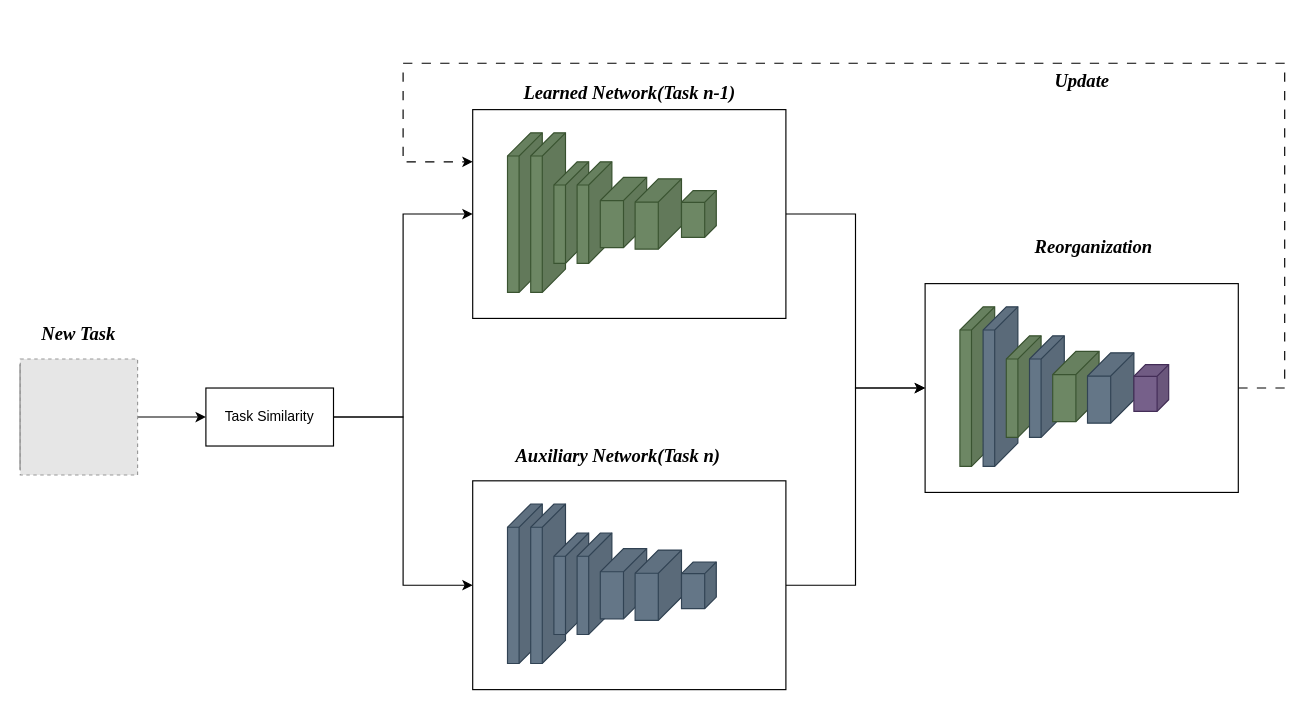
Earlier version of the draw.io diagram Auxiliary branch.drawio (ZLey373/ImagesXMind). Source tidied: cells renumbered, new cells numbered last; positions are measured from the earlier drawing's top-left corner, leaving out a move shared by most shapes. Both pictures are drawn from the tidied source at 116%, with x=0, y=0 at pixel (20, 63). Pictures stored in the file or linked from it are replaced by grey dashed boxes.
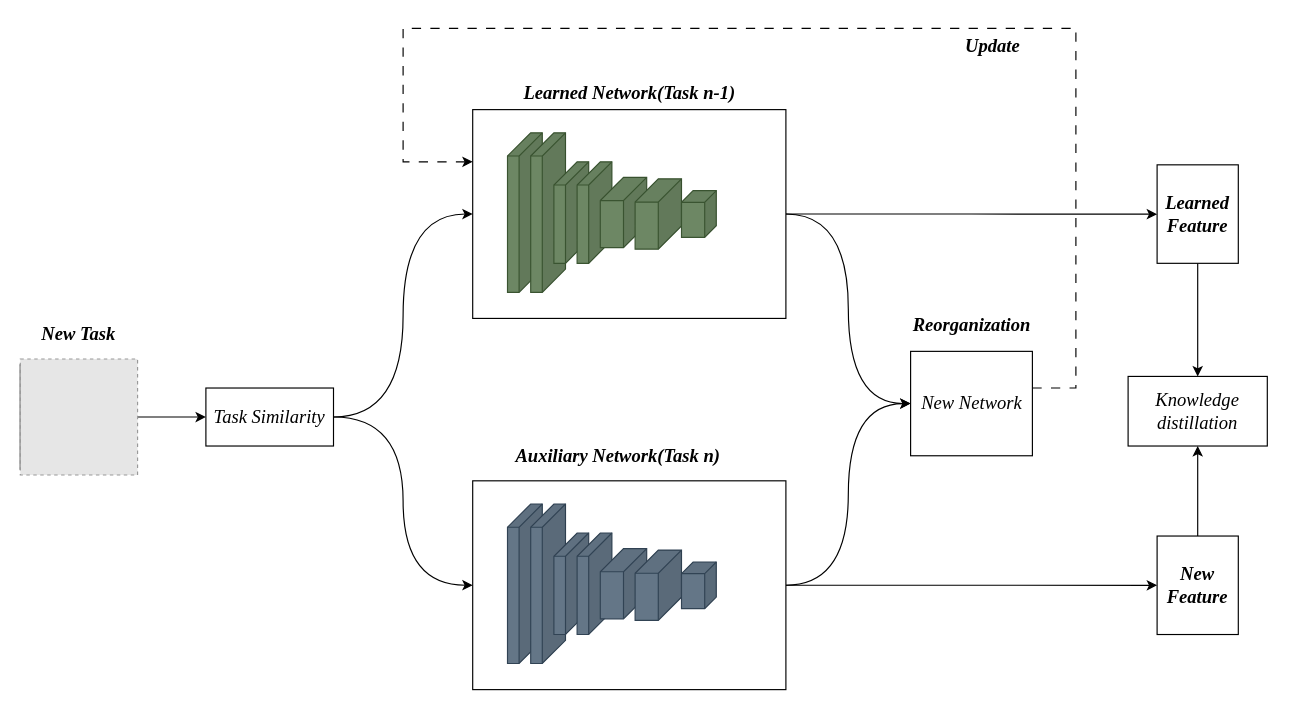
The same diagram, later.

Unchanged cells that the change refers to:
```xml
<mxCell id="6" style="rounded=0;whiteSpace=wrap;html=1;" parent="1" vertex="1">
  <mxGeometry x="390" y="40" width="270" height="180" as="geometry" />
</mxCell>
<mxCell id="16" style="rounded=0;whiteSpace=wrap;html=1;" parent="1" vertex="1">
  <mxGeometry x="390" y="360" width="270" height="180" as="geometry" />
</mxCell>
```

What changed in the source:
```diff
@@
-    <mxCell id="5" style="edgeStyle=orthogonalEdgeStyle;rounded=0;jettySize=auto;html=1;entryX=0;entryY=0.5;entryDx=0;entryDy=0;" parent="1" edge="1" source="6" target="27">
+    <mxCell id="5" style="edgeStyle=orthogonalEdgeStyle;rounded=0;jettySize=auto;html=1;entryX=0;entryY=0.5;entryDx=0;entryDy=0;curved=1;" parent="1" edge="1" source="6" target="27">
       <mxGeometry relative="1" as="geometry" />
     </mxCell>
+    <mxCell id="40" style="edgeStyle=orthogonalEdgeStyle;rounded=0;jettySize=auto;html=1;" parent="1" edge="1" source="6" target="44">
+      <mxGeometry relative="1" as="geometry" />
+    </mxCell>
@@
-    <mxCell id="7" style="edgeStyle=orthogonalEdgeStyle;rounded=0;jettySize=auto;html=1;entryX=0;entryY=0.5;entryDx=0;entryDy=0;" parent="1" edge="1" source="8" target="6">
+    <mxCell id="7" style="edgeStyle=orthogonalEdgeStyle;rounded=0;jettySize=auto;html=1;entryX=0;entryY=0.5;entryDx=0;entryDy=0;curved=1;" parent="1" edge="1" source="8" target="6">
       <mxGeometry relative="1" as="geometry" />
     </mxCell>
-    <mxCell id="8" value="Task Similarity" style="rounded=0;whiteSpace=wrap;html=1;" parent="1" vertex="1">
+    <mxCell id="8" value="&lt;i&gt;&lt;font style=&quot;font-size: 16px;&quot; face=&quot;Times New Roman&quot;&gt;Task Similarity&lt;/font&gt;&lt;/i&gt;" style="rounded=0;whiteSpace=wrap;html=1;" parent="1" vertex="1">
       <mxGeometry x="160" y="280" width="110" height="50" as="geometry" />
     </mxCell>
@@
-    <mxCell id="15" style="edgeStyle=orthogonalEdgeStyle;rounded=0;jettySize=auto;html=1;entryX=0;entryY=0.5;entryDx=0;entryDy=0;" parent="1" edge="1" source="16" target="27">
+    <mxCell id="15" style="edgeStyle=orthogonalEdgeStyle;rounded=0;jettySize=auto;html=1;entryX=0;entryY=0.5;entryDx=0;entryDy=0;curved=1;" parent="1" edge="1" source="16" target="27">
       <mxGeometry relative="1" as="geometry" />
     </mxCell>
+    <mxCell id="41" style="edgeStyle=orthogonalEdgeStyle;rounded=0;jettySize=auto;html=1;" parent="1" edge="1" source="16" target="42">
+      <mxGeometry relative="1" as="geometry" />
+    </mxCell>
@@
-    <mxCell id="24" style="edgeStyle=orthogonalEdgeStyle;rounded=0;jettySize=auto;html=1;entryX=0;entryY=0.5;entryDx=0;entryDy=0;" parent="1" edge="1" source="8" target="16">
+    <mxCell id="24" style="edgeStyle=orthogonalEdgeStyle;rounded=0;jettySize=auto;html=1;entryX=0;entryY=0.5;entryDx=0;entryDy=0;curved=1;" parent="1" edge="1" source="8" target="16">
       <mxGeometry relative="1" as="geometry" />
     </mxCell>
@@
     <mxCell id="26" style="edgeStyle=orthogonalEdgeStyle;rounded=0;jettySize=auto;html=1;entryX=0;entryY=0.25;entryDx=0;entryDy=0;dashed=1;dashPattern=8 8;" parent="1" edge="1" source="27" target="6">
       <mxGeometry relative="1" as="geometry">
         <Array as="points">
-          <mxPoint x="1090" y="280" />
-          <mxPoint x="1090" />
-          <mxPoint x="330" />
+          <mxPoint x="910" y="280" />
+          <mxPoint x="910" y="-30" />
+          <mxPoint x="330" y="-30" />
           <mxPoint x="330" y="85" />
         </Array>
       </mxGeometry>
     </mxCell>
-    <mxCell id="27" style="rounded=0;whiteSpace=wrap;html=1;" parent="1" vertex="1">
-      <mxGeometry x="780" y="190" width="270" height="180" as="geometry" />
+    <mxCell id="27" value="&lt;i&gt;&lt;font style=&quot;font-size: 16px;&quot; face=&quot;Times New Roman&quot;&gt;New Network&lt;/font&gt;&lt;/i&gt;" style="rounded=0;whiteSpace=wrap;html=1;" parent="1" vertex="1">
+      <mxGeometry x="767.5" y="248.4" width="105" height="90" as="geometry" />
     </mxCell>
-    <mxCell id="28" style="shape=cube;whiteSpace=wrap;html=1;boundedLbl=1;backgroundOutline=1;darkOpacity=0.05;darkOpacity2=0.1;rotation=0;flipH=1;fillColor=#6d8764;fontColor=#ffffff;strokeColor=#3A5431;" parent="1" vertex="1">
-      <mxGeometry x="810" y="210" width="30" height="137.5" as="geometry" />
-    </mxCell>
-    <mxCell id="29" style="shape=cube;whiteSpace=wrap;html=1;boundedLbl=1;backgroundOutline=1;darkOpacity=0.05;darkOpacity2=0.1;rotation=0;flipH=1;fillColor=#647687;fontColor=#ffffff;strokeColor=#314354;" parent="1" vertex="1">
-      <mxGeometry x="830" y="210" width="30" height="137.5" as="geometry" />
-    </mxCell>
-    <mxCell id="30" style="shape=cube;whiteSpace=wrap;html=1;boundedLbl=1;backgroundOutline=1;darkOpacity=0.05;darkOpacity2=0.1;rotation=0;flipH=1;fillColor=#6d8764;fontColor=#ffffff;strokeColor=#3A5431;" parent="1" vertex="1">
-      <mxGeometry x="850" y="235" width="30" height="87.5" as="geometry" />
-    </mxCell>
-    <mxCell id="31" style="shape=cube;whiteSpace=wrap;html=1;boundedLbl=1;backgroundOutline=1;darkOpacity=0.05;darkOpacity2=0.1;rotation=0;flipH=1;fillColor=#647687;fontColor=#ffffff;strokeColor=#314354;" parent="1" vertex="1">
-      <mxGeometry x="870" y="235" width="30" height="87.5" as="geometry" />
-    </mxCell>
-    <mxCell id="32" style="shape=cube;whiteSpace=wrap;html=1;boundedLbl=1;backgroundOutline=1;darkOpacity=0.05;darkOpacity2=0.1;rotation=0;flipH=1;size=20;fillColor=#6d8764;fontColor=#ffffff;strokeColor=#3A5431;" parent="1" vertex="1">
-      <mxGeometry x="890" y="248.4" width="40" height="60.6" as="geometry" />
-    </mxCell>
-    <mxCell id="33" style="shape=cube;whiteSpace=wrap;html=1;boundedLbl=1;backgroundOutline=1;darkOpacity=0.05;darkOpacity2=0.1;rotation=0;flipH=1;size=20;fillColor=#647687;fontColor=#ffffff;strokeColor=#314354;" parent="1" vertex="1">
-      <mxGeometry x="920" y="249.7" width="40" height="60.6" as="geometry" />
-    </mxCell>
-    <mxCell id="34" style="shape=cube;whiteSpace=wrap;html=1;boundedLbl=1;backgroundOutline=1;darkOpacity=0.05;darkOpacity2=0.1;rotation=0;flipH=1;size=10;fillColor=#76608a;fontColor=#ffffff;strokeColor=#432D57;" parent="1" vertex="1">
-      <mxGeometry x="960" y="259.9" width="30" height="40.2" as="geometry" />
-    </mxCell>
@@
     <mxCell id="37" value="&lt;font face=&quot;Times New Roman&quot;&gt;&lt;span style=&quot;font-size: 16px;&quot;&gt;&lt;b&gt;&lt;i&gt;Reorganization&lt;/i&gt;&lt;/b&gt;&lt;/span&gt;&lt;/font&gt;" style="text;html=1;align=center;verticalAlign=middle;strokeColor=none;fillColor=none;" parent="1" vertex="1">
-      <mxGeometry x="865" y="142.5" width="120" height="30" as="geometry" />
+      <mxGeometry x="760" y="210" width="120" height="30" as="geometry" />
     </mxCell>
     <mxCell id="38" value="&lt;font face=&quot;Times New Roman&quot;&gt;&lt;span style=&quot;font-size: 16px;&quot;&gt;&lt;b&gt;&lt;i&gt;Update&lt;/i&gt;&lt;/b&gt;&lt;/span&gt;&lt;/font&gt;" style="text;html=1;align=center;verticalAlign=middle;strokeColor=none;fillColor=none;" parent="1" vertex="1">
-      <mxGeometry x="880" width="70" height="30" as="geometry" />
+      <mxGeometry x="802.5" y="-30" width="70" height="30" as="geometry" />
     </mxCell>
@@
+    <mxCell id="42" value="&lt;b&gt;&lt;i&gt;&lt;font style=&quot;font-size: 16px;&quot; face=&quot;Times New Roman&quot;&gt;New Feature&lt;/font&gt;&lt;/i&gt;&lt;/b&gt;" style="rounded=0;whiteSpace=wrap;html=1;" parent="1" vertex="1">
+      <mxGeometry x="980" y="407.6" width="70" height="84.9" as="geometry" />
+    </mxCell>
+    <mxCell id="43" style="edgeStyle=orthogonalEdgeStyle;rounded=0;jettySize=auto;html=1;entryX=0.5;entryY=0;entryDx=0;entryDy=0;" parent="1" edge="1" source="44" target="45">
+      <mxGeometry relative="1" as="geometry" />
+    </mxCell>
+    <mxCell id="44" value="&lt;b&gt;&lt;i&gt;&lt;font style=&quot;font-size: 16px;&quot; face=&quot;Times New Roman&quot;&gt;Learned Feature&lt;/font&gt;&lt;/i&gt;&lt;/b&gt;" style="rounded=0;whiteSpace=wrap;html=1;" parent="1" vertex="1">
+      <mxGeometry x="980" y="87.6" width="70" height="84.9" as="geometry" />
+    </mxCell>
+    <mxCell id="45" value="&lt;i&gt;&lt;font face=&quot;Times New Roman&quot; style=&quot;font-size: 16px;&quot;&gt;Knowledge distillation&lt;/font&gt;&lt;/i&gt;" style="rounded=0;whiteSpace=wrap;html=1;" parent="1" vertex="1">
+      <mxGeometry x="955" y="270" width="120" height="60" as="geometry" />
+    </mxCell>
+    <mxCell id="46" style="edgeStyle=orthogonalEdgeStyle;rounded=0;jettySize=auto;html=1;entryX=0.5;entryY=1;entryDx=0;entryDy=0;" parent="1" edge="1" source="42" target="45">
+      <mxGeometry relative="1" as="geometry" />
+    </mxCell>
```
